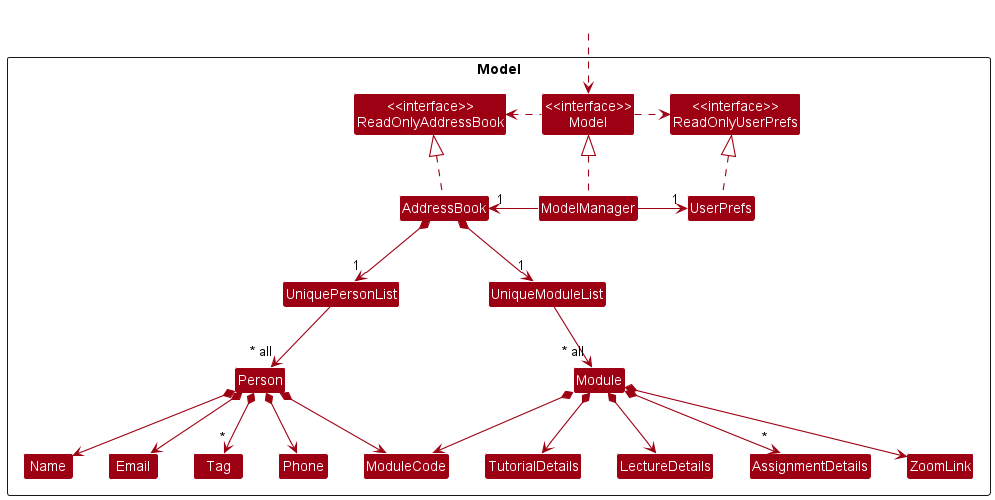
Earlier version of the PlantUML export docs/images/ModelClassDiagram.png (nus-cs2103-AY2223S1/tp).
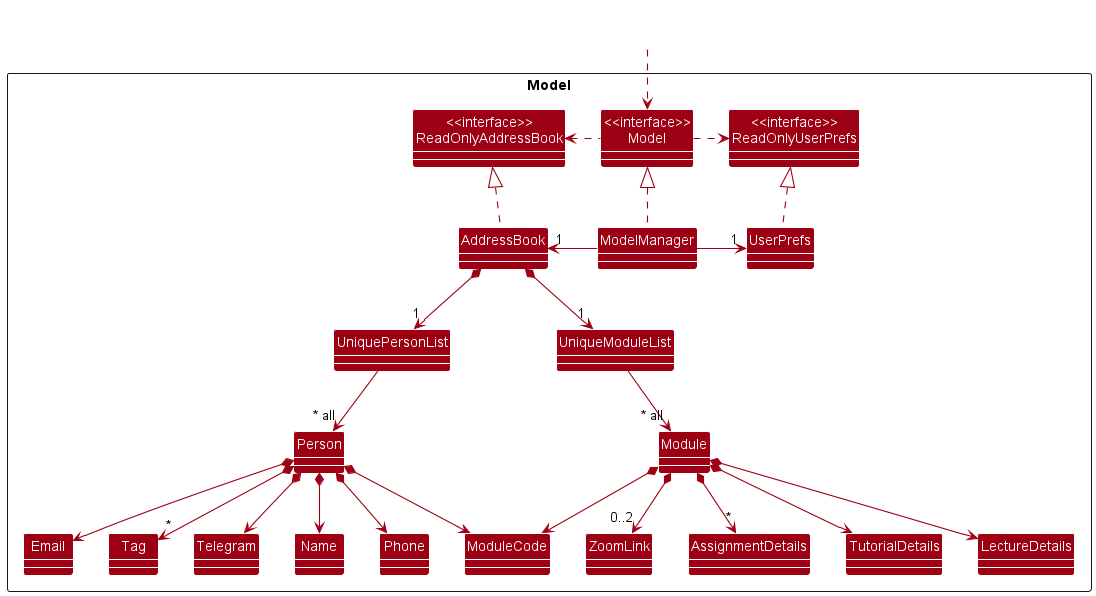
Later version of the same file.

Diff of the diagram source:
```diff
@@ -18,6 +18,7 @@
 Class Name
 Class Phone
 Class Tag
+Class Telegram
 
 Class UniqueModuleList
 Class Module
@@ -47,17 +48,17 @@
 Person *--> Email
 Person *--> ModuleCode
 Person *--> "*" Tag
+Person *--> Telegram
 
 Name -[hidden]right-> Phone
 ModuleCode -[hidden]right-> TutorialDetails
 TutorialDetails -[hidden]right-> LectureDetails
-LectureDetails -[hidden]right-> ZoomLink
 
 AddressBook *--> "1" UniqueModuleList
 UniqueModuleList --> "~* all" Module
 Module *--> ModuleCode
 Module *--> LectureDetails
 Module *--> TutorialDetails
-Module *--> ZoomLink
+Module *--> "0..2" ZoomLink
 Module *--> "*" AssignmentDetails
 @enduml
```
